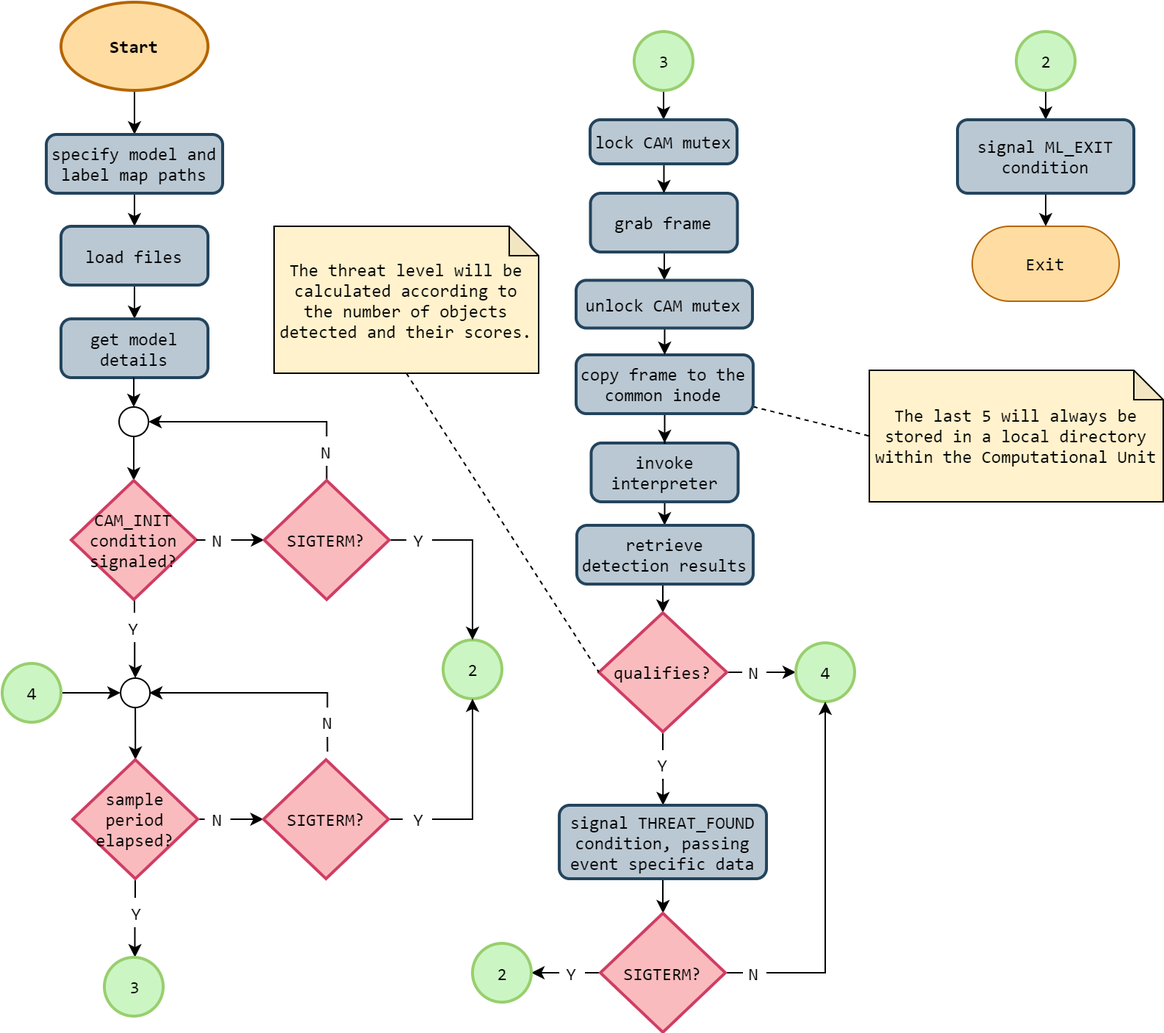
This is 3. Design/4. Software Specification/threads/thread-fc/thread-fc-ml-inference.png from esrg-silent-howl/argos, a draw.io export, as it was before one commit. Source tidied: cells renumbered, new cells last; positions are measured from the earlier drawing's top-left corner, leaving out a move shared by most shapes.
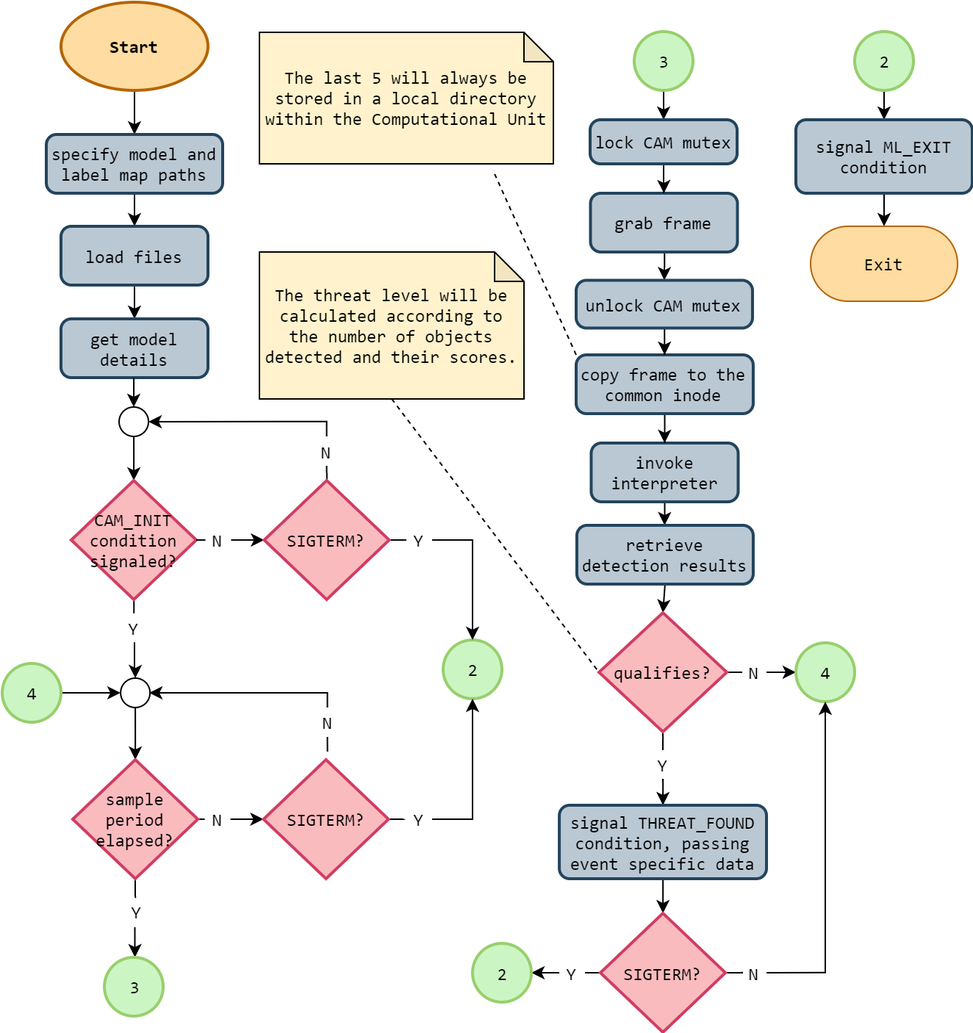
Later version of the same file.

Diff of the diagram source:
```diff
@@ -185,7 +185,7 @@
     <mxCell id="40" style="edgeStyle=orthogonalEdgeStyle;rounded=0;jettySize=auto;html=1;endArrow=classic;endFill=1;" parent="1" edge="1" source="42" target="36">
       <mxGeometry relative="1" as="geometry" />
     </mxCell>
-    <mxCell id="41" style="rounded=0;jettySize=auto;html=1;entryX=0;entryY=0.5;entryDx=0;entryDy=0;entryPerimeter=0;dashed=1;endArrow=none;endFill=0;" parent="1" edge="1" source="42" target="87">
+    <mxCell id="41" style="rounded=0;jettySize=auto;html=1;entryX=0.796;entryY=1.056;entryDx=0;entryDy=0;entryPerimeter=0;dashed=1;endArrow=none;endFill=0;exitX=0;exitY=0;exitDx=0;exitDy=0;" parent="1" edge="1" source="42" target="87">
       <mxGeometry relative="1" as="geometry" />
     </mxCell>
     <mxCell id="42" value="copy frame to the common inode" style="rounded=1;whiteSpace=wrap;html=1;absoluteArcSize=1;arcSize=14;strokeWidth=2;fillColor=#bac8d3;strokeColor=#23445d;fontFamily=Consolas;" parent="1" vertex="1">
@@ -321,7 +321,7 @@
       <mxGeometry relative="1" as="geometry" />
     </mxCell>
     <mxCell id="69" value="The threat level will be calculated according to the number of objects detected and their scores." style="shape=note;html=1;backgroundOutline=1;darkOpacity=0.05;size=20;fillColor=#fff2cc;strokeColor=#000000;whiteSpace=wrap;fontFamily=Consolas;" parent="1" vertex="1">
-      <mxGeometry x="185" y="152.5" width="180" height="100" as="geometry" />
+      <mxGeometry x="175" y="170" width="180" height="100" as="geometry" />
     </mxCell>
     <mxCell id="70" style="edgeStyle=orthogonalEdgeStyle;rounded=0;jettySize=auto;html=1;entryX=1;entryY=0.5;entryDx=0;entryDy=0;entryPerimeter=0;endArrow=classic;endFill=1;exitX=0;exitY=0.5;exitDx=0;exitDy=0;" parent="1" edge="1" source="77" target="75">
       <mxGeometry relative="1" as="geometry">
@@ -364,13 +364,13 @@
       <mxGeometry relative="1" as="geometry" />
     </mxCell>
     <mxCell id="79" value="2" style="verticalLabelPosition=middle;verticalAlign=middle;html=1;shape=mxgraph.flowchart.on-page_reference;strokeWidth=2;align=center;labelPosition=center;fillColor=#CCF5C4;strokeColor=#98CF6D;fontFamily=Consolas;" parent="1" vertex="1">
-      <mxGeometry x="690" y="20" width="40" height="40" as="geometry" />
+      <mxGeometry x="580" y="20" width="40" height="40" as="geometry" />
     </mxCell>
     <mxCell id="80" style="edgeStyle=orthogonalEdgeStyle;rounded=0;jettySize=auto;html=1;endArrow=classic;endFill=1;" parent="1" edge="1" source="81" target="86">
       <mxGeometry relative="1" as="geometry" />
     </mxCell>
     <mxCell id="81" value="signal ML_EXIT condition" style="rounded=1;whiteSpace=wrap;html=1;absoluteArcSize=1;arcSize=14;strokeWidth=2;fillColor=#bac8d3;strokeColor=#23445d;fontFamily=Consolas;" parent="1" vertex="1">
-      <mxGeometry x="650" y="80" width="120" height="50" as="geometry" />
+      <mxGeometry x="540" y="80" width="120" height="50" as="geometry" />
     </mxCell>
     <mxCell id="82" style="edgeStyle=orthogonalEdgeStyle;rounded=0;jettySize=auto;html=1;entryX=0.5;entryY=0;entryDx=0;entryDy=0;endArrow=classic;endFill=1;" parent="1" edge="1" source="83" target="34">
       <mxGeometry relative="1" as="geometry">
@@ -395,10 +395,10 @@
       <mxGeometry x="390.5" y="189.2" width="120" height="32.5" as="geometry" />
     </mxCell>
     <mxCell id="86" value="Exit" style="rounded=1;whiteSpace=wrap;html=1;arcSize=50;fillColor=#FFDCA1;strokeColor=#B46504;fontFamily=Consolas;" parent="1" vertex="1">
-      <mxGeometry x="660" y="152.5" width="100" height="51" as="geometry" />
+      <mxGeometry x="550" y="152.5" width="100" height="51" as="geometry" />
     </mxCell>
     <mxCell id="87" value="The last 5 will always be stored in a local directory within the Computational Unit" style="shape=note;html=1;backgroundOutline=1;darkOpacity=0.05;size=20;fillColor=#fff2cc;strokeColor=#000000;whiteSpace=wrap;fontFamily=Consolas;" parent="1" vertex="1">
-      <mxGeometry x="590" y="250.5" width="200" height="89.5" as="geometry" />
+      <mxGeometry x="175" y="20.5" width="200" height="89.5" as="geometry" />
     </mxCell>
   </root>
 </mxGraphModel>
```
